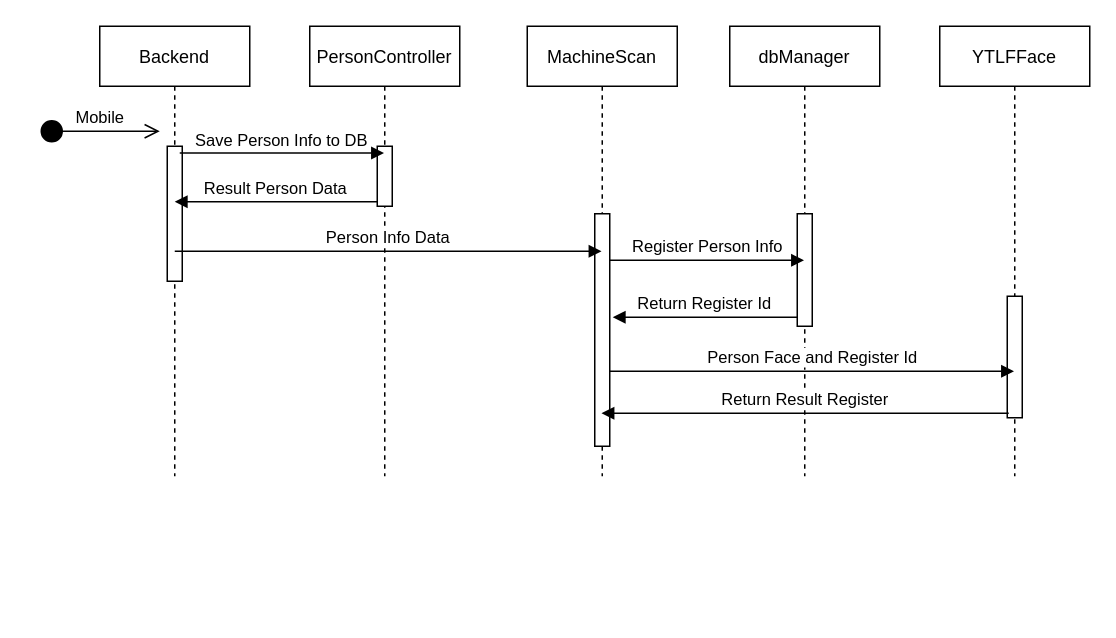
Before: MobileToBackendToMachine.drawio in wayne900204/F_Timer-Bloc-Stream, a draw.io diagram. Source tidied: cells renumbered, new cells numbered last; positions are measured from the earlier drawing's top-left corner, leaving out a move shared by most shapes. Both pictures are drawn from the tidied source at 150%, with x=0, y=0 at pixel (39, 26).
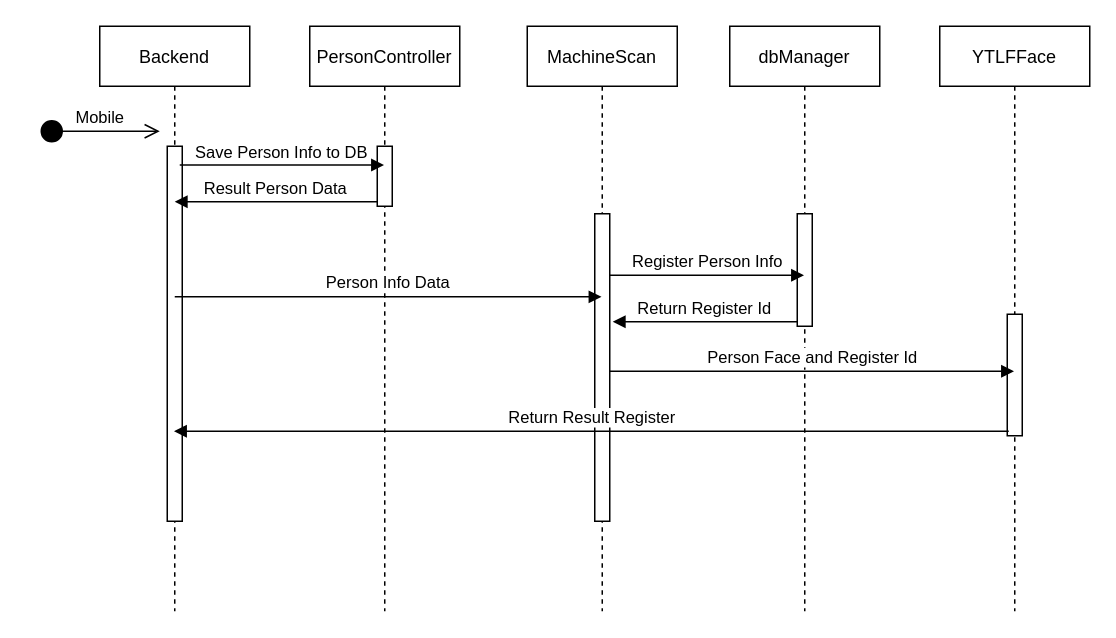
After the change.

The change refers to these unchanged cells:
```xml
<mxCell id="7" style="points=[];perimeter=orthogonalPerimeter;rounded=0;shadow=0;strokeWidth=1;" parent="6" vertex="1">
  <mxGeometry x="45" y="125" width="10" height="75" as="geometry" />
</mxCell>
```

Change to the diagram source:
```diff
@@
     <mxCell id="2" value="Backend" style="shape=umlLifeline;perimeter=lifelinePerimeter;rounded=0;shadow=0;strokeWidth=1;" parent="1" vertex="1">
-      <mxGeometry x="40" width="100" height="300" as="geometry" />
+      <mxGeometry x="40" width="100" height="390" as="geometry" />
     </mxCell>
     <mxCell id="3" style="points=[];perimeter=orthogonalPerimeter;rounded=0;shadow=0;strokeWidth=1;" parent="2" vertex="1">
-      <mxGeometry x="45" y="80" width="10" height="90" as="geometry" />
+      <mxGeometry x="45" y="80" width="10" height="250" as="geometry" />
     </mxCell>
     <mxCell id="4" value="MachineScan" style="shape=umlLifeline;perimeter=lifelinePerimeter;rounded=0;shadow=0;strokeWidth=1;" parent="1" vertex="1">
-      <mxGeometry x="325" width="100" height="300" as="geometry" />
+      <mxGeometry x="325" width="100" height="390" as="geometry" />
     </mxCell>
     <mxCell id="5" style="points=[];perimeter=orthogonalPerimeter;rounded=0;shadow=0;strokeWidth=1;" parent="4" vertex="1">
-      <mxGeometry x="45" y="125" width="10" height="155" as="geometry" />
+      <mxGeometry x="45" y="125" width="10" height="205" as="geometry" />
     </mxCell>
     <mxCell id="6" value="dbManager" style="shape=umlLifeline;perimeter=lifelinePerimeter;rounded=0;shadow=0;strokeWidth=1;" parent="1" vertex="1">
-      <mxGeometry x="460" width="100" height="300" as="geometry" />
+      <mxGeometry x="460" width="100" height="390" as="geometry" />
     </mxCell>
@@
     <mxCell id="8" value="YTLFFace" style="shape=umlLifeline;perimeter=lifelinePerimeter;rounded=0;shadow=0;strokeWidth=1;" parent="1" vertex="1">
-      <mxGeometry x="600" width="100" height="300" as="geometry" />
+      <mxGeometry x="600" width="100" height="390" as="geometry" />
     </mxCell>
     <mxCell id="9" style="points=[];perimeter=orthogonalPerimeter;rounded=0;shadow=0;strokeWidth=1;" parent="8" vertex="1">
-      <mxGeometry x="45" y="180" width="10" height="81" as="geometry" />
+      <mxGeometry x="45" y="192" width="10" height="81" as="geometry" />
     </mxCell>
     <mxCell id="10" value="PersonController" style="shape=umlLifeline;perimeter=lifelinePerimeter;rounded=0;shadow=0;strokeWidth=1;" parent="1" vertex="1">
-      <mxGeometry x="180" width="100" height="300" as="geometry" />
+      <mxGeometry x="180" width="100" height="390" as="geometry" />
     </mxCell>
@@
-    <mxCell id="14" value="Person Info Data" style="html=1;verticalAlign=bottom;endArrow=block;exitX=0.5;exitY=0.778;exitDx=0;exitDy=0;exitPerimeter=0;" parent="1" edge="1" source="3" target="4">
-      <mxGeometry relative="1" as="geometry" />
+    <mxCell id="14" value="Person Info Data" style="html=1;verticalAlign=bottom;endArrow=block;exitX=0.5;exitY=0.778;exitDx=0;exitDy=0;exitPerimeter=0;" parent="1" edge="1">
+      <mxGeometry relative="1" as="geometry">
+        <mxPoint x="90" y="180.4" as="sourcePoint" />
+        <mxPoint x="374.5" y="180.4" as="targetPoint" />
+      </mxGeometry>
     </mxCell>
@@
-    <mxCell id="17" value="Return Register Id" style="html=1;verticalAlign=bottom;endArrow=block;entryX=1.2;entryY=0.445;entryDx=0;entryDy=0;entryPerimeter=0;" parent="1" edge="1" source="7" target="5">
-      <mxGeometry relative="1" as="geometry" />
+    <mxCell id="17" value="Return Register Id" style="html=1;verticalAlign=bottom;endArrow=block;" parent="1" edge="1">
+      <mxGeometry relative="1" as="geometry">
+        <mxPoint x="505" y="197" as="sourcePoint" />
+        <mxPoint x="382" y="197" as="targetPoint" />
+      </mxGeometry>
     </mxCell>
@@
-    <mxCell id="19" value="Return Result Register" style="html=1;verticalAlign=bottom;endArrow=block;exitX=0.1;exitY=0.963;exitDx=0;exitDy=0;exitPerimeter=0;" parent="1" edge="1" source="9" target="4">
+    <mxCell id="19" value="Return Result Register" style="html=1;verticalAlign=bottom;endArrow=block;exitX=0.1;exitY=0.963;exitDx=0;exitDy=0;exitPerimeter=0;" parent="1" edge="1" source="9" target="2">
       <mxGeometry relative="1" as="geometry" />
     </mxCell>
```
